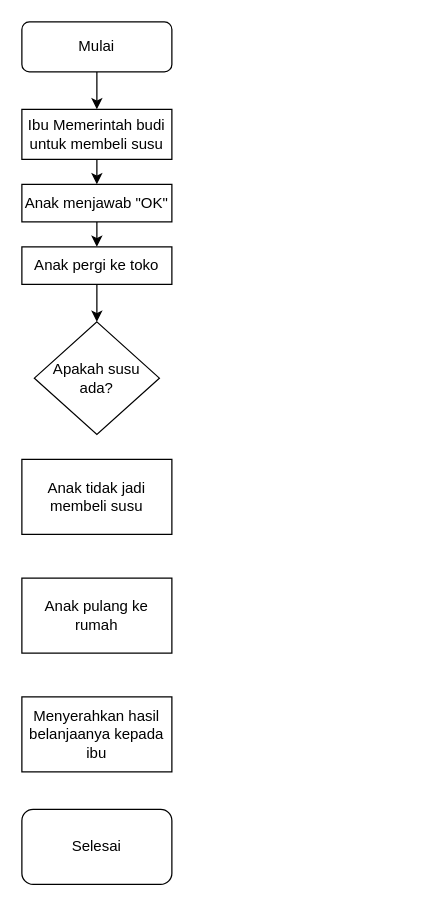
ahmadsulthoni/Diagram-Flowchart keeps this draw.io diagram as Untitled Diagram.drawio. Above is the earlier version. Source tidied: cells renumbered, new cells numbered last; positions are measured from the earlier drawing's top-left corner, leaving out a move shared by most shapes. Both pictures are drawn from the tidied source at 125%, with x=0, y=0 at pixel (21, 21).
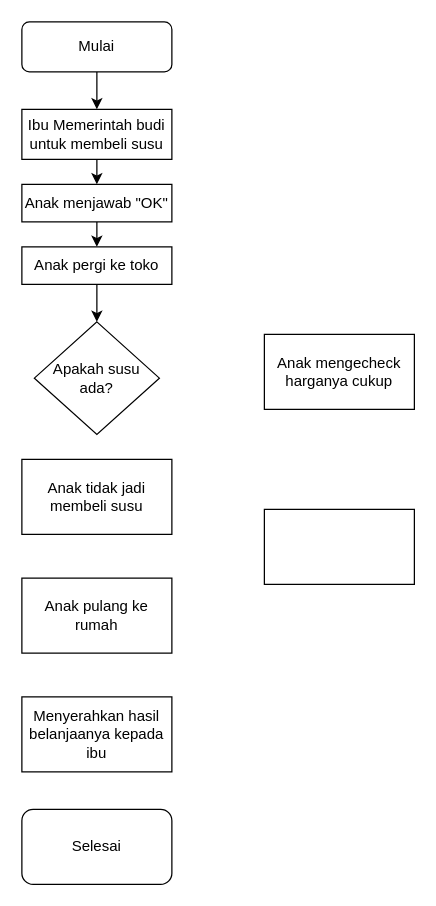
The same diagram, later.

Commit message:
Tambah kotak 1

What changed in the source:
```diff
@@
 <mxGraphModel>
   <root>
     <mxCell id="0" />
     <mxCell id="1" parent="0" />
     <mxCell id="2" style="edgeStyle=orthogonalEdgeStyle;rounded=0;jettySize=auto;html=1;exitX=0.5;exitY=1;exitDx=0;exitDy=0;entryX=0.5;entryY=0;entryDx=0;entryDy=0;" parent="1" edge="1" source="3" target="5">
       <mxGeometry relative="1" as="geometry" />
     </mxCell>
     <mxCell id="3" value="Mulai" style="rounded=1;whiteSpace=wrap;html=1;fontSize=12;glass=0;strokeWidth=1;shadow=0;" parent="1" vertex="1">
       <mxGeometry width="120" height="40" as="geometry" />
     </mxCell>
     <mxCell id="4" style="edgeStyle=orthogonalEdgeStyle;rounded=0;jettySize=auto;html=1;exitX=0.5;exitY=1;exitDx=0;exitDy=0;entryX=0.5;entryY=0;entryDx=0;entryDy=0;" parent="1" edge="1" source="5" target="7">
       <mxGeometry relative="1" as="geometry" />
     </mxCell>
     <mxCell id="5" value="Ibu Memerintah budi untuk membeli susu" style="rounded=0;whiteSpace=wrap;html=1;" parent="1" vertex="1">
       <mxGeometry y="70" width="120" height="40" as="geometry" />
     </mxCell>
     <mxCell id="6" style="edgeStyle=orthogonalEdgeStyle;rounded=0;jettySize=auto;html=1;exitX=0.5;exitY=1;exitDx=0;exitDy=0;entryX=0.5;entryY=0;entryDx=0;entryDy=0;" parent="1" edge="1" source="7" target="9">
       <mxGeometry relative="1" as="geometry" />
     </mxCell>
     <mxCell id="7" value="Anak menjawab &quot;OK&quot;" style="rounded=0;whiteSpace=wrap;html=1;" parent="1" vertex="1">
       <mxGeometry y="130" width="120" height="30" as="geometry" />
     </mxCell>
     <mxCell id="8" style="edgeStyle=orthogonalEdgeStyle;rounded=0;jettySize=auto;html=1;exitX=0.5;exitY=1;exitDx=0;exitDy=0;entryX=0.5;entryY=0;entryDx=0;entryDy=0;" parent="1" edge="1" source="9" target="10">
       <mxGeometry relative="1" as="geometry" />
     </mxCell>
     <mxCell id="9" value="Anak pergi ke toko" style="rounded=0;whiteSpace=wrap;html=1;" parent="1" vertex="1">
       <mxGeometry y="180" width="120" height="30" as="geometry" />
     </mxCell>
     <mxCell id="10" value="Apakah susu ada?" style="rhombus;whiteSpace=wrap;html=1;" parent="1" vertex="1">
       <mxGeometry x="10" y="240" width="100" height="90" as="geometry" />
     </mxCell>
     <mxCell id="11" value="Anak tidak jadi membeli susu" style="rounded=0;whiteSpace=wrap;html=1;" parent="1" vertex="1">
       <mxGeometry y="350" width="120" height="60" as="geometry" />
     </mxCell>
     <mxCell id="12" value="Anak pulang ke rumah" style="rounded=0;whiteSpace=wrap;html=1;" parent="1" vertex="1">
       <mxGeometry y="445" width="120" height="60" as="geometry" />
     </mxCell>
     <mxCell id="13" value="Menyerahkan hasil belanjaanya kepada ibu" style="rounded=0;whiteSpace=wrap;html=1;" parent="1" vertex="1">
       <mxGeometry y="540" width="120" height="60" as="geometry" />
     </mxCell>
     <mxCell id="14" value="Selesai" style="rounded=1;whiteSpace=wrap;html=1;" parent="1" vertex="1">
       <mxGeometry y="630" width="120" height="60" as="geometry" />
     </mxCell>
+    <mxCell id="15" value="Anak mengecheck harganya cukup" style="rounded=0;whiteSpace=wrap;html=1;" parent="1" vertex="1">
+      <mxGeometry x="194" y="250" width="120" height="60" as="geometry" />
+    </mxCell>
+    <mxCell id="16" style="rounded=0;whiteSpace=wrap;html=1;" parent="1" vertex="1">
+      <mxGeometry x="194" y="390" width="120" height="60" as="geometry" />
+    </mxCell>
   </root>
 </mxGraphModel>
```
